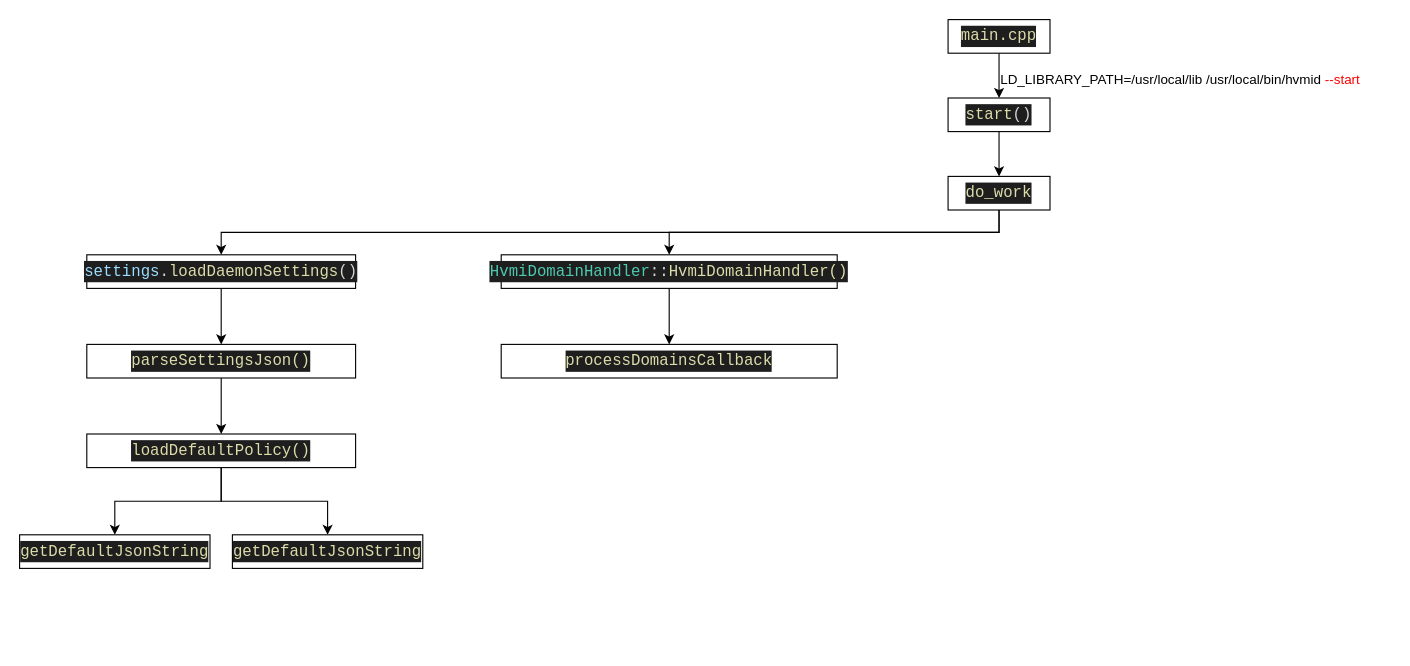
Earlier version of the draw.io diagram Untitled Diagram.drawio (Amber0130/Other). Source tidied: cells renumbered, new cells numbered last; positions are measured from the earlier drawing's top-left corner, leaving out a move shared by most shapes. Both pictures are drawn from the tidied source at 112%, with x=0, y=0 at pixel (19, 19).
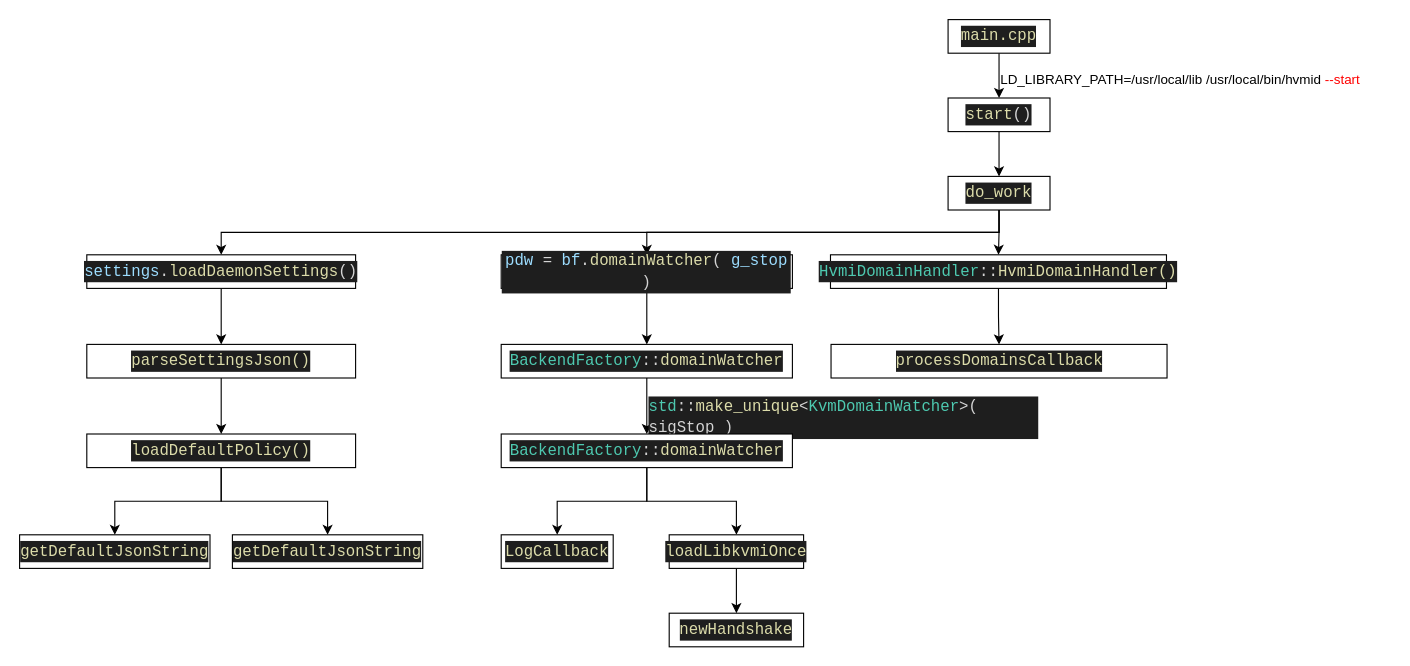
The same diagram, later.

Unchanged cells that the change refers to:
```xml
<mxCell id="9" value="&lt;div style=&quot;color: rgb(212 , 212 , 212) ; background-color: rgb(30 , 30 , 30) ; font-family: &amp;#34;consolas&amp;#34; , &amp;#34;courier new&amp;#34; , monospace ; font-size: 14px ; line-height: 19px&quot;&gt;&lt;div style=&quot;font-family: &amp;#34;consolas&amp;#34; , &amp;#34;courier new&amp;#34; , monospace ; line-height: 19px&quot;&gt;&lt;div style=&quot;font-family: &amp;#34;consolas&amp;#34; , &amp;#34;courier new&amp;#34; , monospace ; line-height: 19px&quot;&gt;&lt;span style=&quot;color: #dcdcaa&quot;&gt;do_work&lt;/span&gt;&lt;/div&gt;&lt;/div&gt;&lt;/div&gt;" style="rounded=0;whiteSpace=wrap;html=1;" parent="1" vertex="1">
  <mxGeometry x="829" y="140" width="91" height="30" as="geometry" />
</mxCell>
```

What changed in the source:
```diff
@@
+    <mxCell id="22" style="edgeStyle=orthogonalEdgeStyle;rounded=0;jettySize=auto;html=1;exitX=0.5;exitY=1;exitDx=0;exitDy=0;entryX=0.5;entryY=0;entryDx=0;entryDy=0;" parent="1" edge="1" source="9" target="24">
+      <mxGeometry relative="1" as="geometry" />
+    </mxCell>
@@
     <mxCell id="20" value="&lt;div style=&quot;color: rgb(212 , 212 , 212) ; background-color: rgb(30 , 30 , 30) ; font-family: &amp;#34;consolas&amp;#34; , &amp;#34;courier new&amp;#34; , monospace ; font-size: 14px ; line-height: 19px&quot;&gt;&lt;div style=&quot;font-family: &amp;#34;consolas&amp;#34; , &amp;#34;courier new&amp;#34; , monospace ; line-height: 19px&quot;&gt;&lt;div style=&quot;font-family: &amp;#34;consolas&amp;#34; , &amp;#34;courier new&amp;#34; , monospace ; line-height: 19px&quot;&gt;&lt;div style=&quot;font-family: &amp;#34;consolas&amp;#34; , &amp;#34;courier new&amp;#34; , monospace ; line-height: 19px&quot;&gt;&lt;span style=&quot;color: rgb(78 , 201 , 176)&quot;&gt;HvmiDomainHandler&lt;/span&gt;::&lt;span style=&quot;color: rgb(220 , 220 , 170)&quot;&gt;HvmiDomainHandler()&lt;/span&gt;&lt;br&gt;&lt;/div&gt;&lt;/div&gt;&lt;/div&gt;&lt;/div&gt;" style="rounded=0;whiteSpace=wrap;html=1;" parent="1" vertex="1">
-      <mxGeometry x="430" y="210" width="300" height="30" as="geometry" />
+      <mxGeometry x="724" y="210" width="300" height="30" as="geometry" />
     </mxCell>
     <mxCell id="21" value="&lt;div style=&quot;color: rgb(212 , 212 , 212) ; background-color: rgb(30 , 30 , 30) ; font-family: &amp;#34;consolas&amp;#34; , &amp;#34;courier new&amp;#34; , monospace ; font-size: 14px ; line-height: 19px&quot;&gt;&lt;div style=&quot;font-family: &amp;#34;consolas&amp;#34; , &amp;#34;courier new&amp;#34; , monospace ; line-height: 19px&quot;&gt;&lt;div style=&quot;font-family: &amp;#34;consolas&amp;#34; , &amp;#34;courier new&amp;#34; , monospace ; line-height: 19px&quot;&gt;&lt;div style=&quot;font-family: &amp;#34;consolas&amp;#34; , &amp;#34;courier new&amp;#34; , monospace ; line-height: 19px&quot;&gt;&lt;div style=&quot;font-family: &amp;#34;consolas&amp;#34; , &amp;#34;courier new&amp;#34; , monospace ; line-height: 19px&quot;&gt;&lt;span style=&quot;color: #dcdcaa&quot;&gt;processDomainsCallback&lt;/span&gt;&lt;/div&gt;&lt;/div&gt;&lt;/div&gt;&lt;/div&gt;&lt;/div&gt;" style="rounded=0;whiteSpace=wrap;html=1;" parent="1" vertex="1">
-      <mxGeometry x="430" y="290" width="300" height="30" as="geometry" />
+      <mxGeometry x="724.5" y="290" width="300" height="30" as="geometry" />
     </mxCell>
+    <mxCell id="23" style="edgeStyle=orthogonalEdgeStyle;rounded=0;jettySize=auto;html=1;exitX=0.5;exitY=1;exitDx=0;exitDy=0;" parent="1" edge="1" source="24" target="26">
+      <mxGeometry relative="1" as="geometry" />
+    </mxCell>
+    <mxCell id="24" value="&lt;div style=&quot;color: rgb(212 , 212 , 212) ; background-color: rgb(30 , 30 , 30) ; font-family: &amp;#34;consolas&amp;#34; , &amp;#34;courier new&amp;#34; , monospace ; font-size: 14px ; line-height: 19px&quot;&gt;&lt;div style=&quot;font-family: &amp;#34;consolas&amp;#34; , &amp;#34;courier new&amp;#34; , monospace ; line-height: 19px&quot;&gt;&lt;div style=&quot;font-family: &amp;#34;consolas&amp;#34; , &amp;#34;courier new&amp;#34; , monospace ; line-height: 19px&quot;&gt;&lt;div style=&quot;font-family: &amp;#34;consolas&amp;#34; , &amp;#34;courier new&amp;#34; , monospace ; line-height: 19px&quot;&gt;&lt;div style=&quot;font-family: &amp;#34;consolas&amp;#34; , &amp;#34;courier new&amp;#34; , monospace ; line-height: 19px&quot;&gt;&lt;span style=&quot;color: #9cdcfe&quot;&gt;pdw&lt;/span&gt; = &lt;span style=&quot;color: #9cdcfe&quot;&gt;bf&lt;/span&gt;.&lt;span style=&quot;color: #dcdcaa&quot;&gt;domainWatcher&lt;/span&gt;( &lt;span style=&quot;color: #9cdcfe&quot;&gt;g_stop&lt;/span&gt; )&lt;/div&gt;&lt;/div&gt;&lt;/div&gt;&lt;/div&gt;&lt;/div&gt;" style="rounded=0;whiteSpace=wrap;html=1;" parent="1" vertex="1">
+      <mxGeometry x="430" y="210" width="260" height="30" as="geometry" />
+    </mxCell>
+    <mxCell id="25" style="edgeStyle=orthogonalEdgeStyle;rounded=0;jettySize=auto;html=1;exitX=0.5;exitY=1;exitDx=0;exitDy=0;" parent="1" edge="1" source="26" target="30">
+      <mxGeometry relative="1" as="geometry" />
+    </mxCell>
+    <mxCell id="26" value="&lt;div style=&quot;color: rgb(212 , 212 , 212) ; background-color: rgb(30 , 30 , 30) ; font-family: &amp;#34;consolas&amp;#34; , &amp;#34;courier new&amp;#34; , monospace ; font-size: 14px ; line-height: 19px&quot;&gt;&lt;div style=&quot;font-family: &amp;#34;consolas&amp;#34; , &amp;#34;courier new&amp;#34; , monospace ; line-height: 19px&quot;&gt;&lt;div style=&quot;font-family: &amp;#34;consolas&amp;#34; , &amp;#34;courier new&amp;#34; , monospace ; line-height: 19px&quot;&gt;&lt;div style=&quot;font-family: &amp;#34;consolas&amp;#34; , &amp;#34;courier new&amp;#34; , monospace ; line-height: 19px&quot;&gt;&lt;div style=&quot;font-family: &amp;#34;consolas&amp;#34; , &amp;#34;courier new&amp;#34; , monospace ; line-height: 19px&quot;&gt;&lt;div style=&quot;font-family: &amp;#34;consolas&amp;#34; , &amp;#34;courier new&amp;#34; , monospace ; line-height: 19px&quot;&gt;&lt;span style=&quot;color: #4ec9b0&quot;&gt;BackendFactory&lt;/span&gt;::&lt;span style=&quot;color: #dcdcaa&quot;&gt;domainWatcher&lt;/span&gt;&lt;/div&gt;&lt;/div&gt;&lt;/div&gt;&lt;/div&gt;&lt;/div&gt;&lt;/div&gt;" style="rounded=0;whiteSpace=wrap;html=1;" parent="1" vertex="1">
+      <mxGeometry x="430" y="290" width="260" height="30" as="geometry" />
+    </mxCell>
+    <mxCell id="27" value="&lt;div style=&quot;color: rgb(212, 212, 212); background-color: rgb(30, 30, 30); font-family: consolas, &amp;quot;courier new&amp;quot;, monospace; font-weight: normal; font-size: 14px; line-height: 19px;&quot;&gt;&lt;div&gt;&lt;span style=&quot;color: #4ec9b0&quot;&gt;std&lt;/span&gt;&lt;span style=&quot;color: #d4d4d4&quot;&gt;::&lt;/span&gt;&lt;span style=&quot;color: #dcdcaa&quot;&gt;make_unique&lt;/span&gt;&lt;span style=&quot;color: #d4d4d4&quot;&gt;&amp;lt;&lt;/span&gt;&lt;span style=&quot;color: #4ec9b0&quot;&gt;KvmDomainWatcher&lt;/span&gt;&lt;span style=&quot;color: #d4d4d4&quot;&gt;&amp;gt;( sigStop )&lt;/span&gt;&lt;/div&gt;&lt;/div&gt;" style="text;whiteSpace=wrap;html=1;" parent="1" vertex="1">
+      <mxGeometry x="560" y="330" width="350" height="30" as="geometry" />
+    </mxCell>
+    <mxCell id="28" style="edgeStyle=orthogonalEdgeStyle;rounded=0;jettySize=auto;html=1;exitX=0.5;exitY=1;exitDx=0;exitDy=0;entryX=0.5;entryY=0;entryDx=0;entryDy=0;" parent="1" edge="1" source="30" target="31">
+      <mxGeometry relative="1" as="geometry" />
+    </mxCell>
+    <mxCell id="29" style="edgeStyle=orthogonalEdgeStyle;rounded=0;jettySize=auto;html=1;exitX=0.5;exitY=1;exitDx=0;exitDy=0;entryX=0.5;entryY=0;entryDx=0;entryDy=0;" parent="1" edge="1" source="30" target="33">
+      <mxGeometry relative="1" as="geometry" />
+    </mxCell>
+    <mxCell id="30" value="&lt;div style=&quot;color: rgb(212 , 212 , 212) ; background-color: rgb(30 , 30 , 30) ; font-family: &amp;#34;consolas&amp;#34; , &amp;#34;courier new&amp;#34; , monospace ; font-size: 14px ; line-height: 19px&quot;&gt;&lt;div style=&quot;font-family: &amp;#34;consolas&amp;#34; , &amp;#34;courier new&amp;#34; , monospace ; line-height: 19px&quot;&gt;&lt;div style=&quot;font-family: &amp;#34;consolas&amp;#34; , &amp;#34;courier new&amp;#34; , monospace ; line-height: 19px&quot;&gt;&lt;div style=&quot;font-family: &amp;#34;consolas&amp;#34; , &amp;#34;courier new&amp;#34; , monospace ; line-height: 19px&quot;&gt;&lt;div style=&quot;font-family: &amp;#34;consolas&amp;#34; , &amp;#34;courier new&amp;#34; , monospace ; line-height: 19px&quot;&gt;&lt;div style=&quot;font-family: &amp;#34;consolas&amp;#34; , &amp;#34;courier new&amp;#34; , monospace ; line-height: 19px&quot;&gt;&lt;span style=&quot;color: #4ec9b0&quot;&gt;BackendFactory&lt;/span&gt;::&lt;span style=&quot;color: #dcdcaa&quot;&gt;domainWatcher&lt;/span&gt;&lt;/div&gt;&lt;/div&gt;&lt;/div&gt;&lt;/div&gt;&lt;/div&gt;&lt;/div&gt;" style="rounded=0;whiteSpace=wrap;html=1;" parent="1" vertex="1">
+      <mxGeometry x="430" y="370" width="260" height="30" as="geometry" />
+    </mxCell>
+    <mxCell id="31" value="&lt;div style=&quot;color: rgb(212 , 212 , 212) ; background-color: rgb(30 , 30 , 30) ; font-family: &amp;#34;consolas&amp;#34; , &amp;#34;courier new&amp;#34; , monospace ; font-size: 14px ; line-height: 19px&quot;&gt;&lt;div style=&quot;font-family: &amp;#34;consolas&amp;#34; , &amp;#34;courier new&amp;#34; , monospace ; line-height: 19px&quot;&gt;&lt;div style=&quot;font-family: &amp;#34;consolas&amp;#34; , &amp;#34;courier new&amp;#34; , monospace ; line-height: 19px&quot;&gt;&lt;div style=&quot;font-family: &amp;#34;consolas&amp;#34; , &amp;#34;courier new&amp;#34; , monospace ; line-height: 19px&quot;&gt;&lt;div style=&quot;font-family: &amp;#34;consolas&amp;#34; , &amp;#34;courier new&amp;#34; , monospace ; line-height: 19px&quot;&gt;&lt;div style=&quot;font-family: &amp;#34;consolas&amp;#34; , &amp;#34;courier new&amp;#34; , monospace ; line-height: 19px&quot;&gt;&lt;div style=&quot;font-family: &amp;#34;consolas&amp;#34; , &amp;#34;courier new&amp;#34; , monospace ; line-height: 19px&quot;&gt;&lt;span style=&quot;color: #dcdcaa&quot;&gt;LogCallback&lt;/span&gt;&lt;/div&gt;&lt;/div&gt;&lt;/div&gt;&lt;/div&gt;&lt;/div&gt;&lt;/div&gt;&lt;/div&gt;" style="rounded=0;whiteSpace=wrap;html=1;" parent="1" vertex="1">
+      <mxGeometry x="430" y="460" width="100" height="30" as="geometry" />
+    </mxCell>
+    <mxCell id="32" style="edgeStyle=orthogonalEdgeStyle;rounded=0;jettySize=auto;html=1;exitX=0.5;exitY=1;exitDx=0;exitDy=0;" parent="1" edge="1" source="33" target="34">
+      <mxGeometry relative="1" as="geometry" />
+    </mxCell>
+    <mxCell id="33" value="&lt;div style=&quot;color: rgb(212 , 212 , 212) ; background-color: rgb(30 , 30 , 30) ; font-family: &amp;#34;consolas&amp;#34; , &amp;#34;courier new&amp;#34; , monospace ; font-size: 14px ; line-height: 19px&quot;&gt;&lt;div style=&quot;font-family: &amp;#34;consolas&amp;#34; , &amp;#34;courier new&amp;#34; , monospace ; line-height: 19px&quot;&gt;&lt;div style=&quot;font-family: &amp;#34;consolas&amp;#34; , &amp;#34;courier new&amp;#34; , monospace ; line-height: 19px&quot;&gt;&lt;div style=&quot;font-family: &amp;#34;consolas&amp;#34; , &amp;#34;courier new&amp;#34; , monospace ; line-height: 19px&quot;&gt;&lt;div style=&quot;font-family: &amp;#34;consolas&amp;#34; , &amp;#34;courier new&amp;#34; , monospace ; line-height: 19px&quot;&gt;&lt;div style=&quot;font-family: &amp;#34;consolas&amp;#34; , &amp;#34;courier new&amp;#34; , monospace ; line-height: 19px&quot;&gt;&lt;div style=&quot;font-family: &amp;#34;consolas&amp;#34; , &amp;#34;courier new&amp;#34; , monospace ; line-height: 19px&quot;&gt;&lt;div style=&quot;font-family: &amp;#34;consolas&amp;#34; , &amp;#34;courier new&amp;#34; , monospace ; line-height: 19px&quot;&gt;&lt;span style=&quot;color: #dcdcaa&quot;&gt;loadLibkvmiOnce&lt;/span&gt;&lt;/div&gt;&lt;/div&gt;&lt;/div&gt;&lt;/div&gt;&lt;/div&gt;&lt;/div&gt;&lt;/div&gt;&lt;/div&gt;" style="rounded=0;whiteSpace=wrap;html=1;" parent="1" vertex="1">
+      <mxGeometry x="580" y="460" width="120" height="30" as="geometry" />
+    </mxCell>
+    <mxCell id="34" value="&lt;div style=&quot;color: rgb(212 , 212 , 212) ; background-color: rgb(30 , 30 , 30) ; font-family: &amp;#34;consolas&amp;#34; , &amp;#34;courier new&amp;#34; , monospace ; font-size: 14px ; line-height: 19px&quot;&gt;&lt;div style=&quot;font-family: &amp;#34;consolas&amp;#34; , &amp;#34;courier new&amp;#34; , monospace ; line-height: 19px&quot;&gt;&lt;div style=&quot;font-family: &amp;#34;consolas&amp;#34; , &amp;#34;courier new&amp;#34; , monospace ; line-height: 19px&quot;&gt;&lt;div style=&quot;font-family: &amp;#34;consolas&amp;#34; , &amp;#34;courier new&amp;#34; , monospace ; line-height: 19px&quot;&gt;&lt;div style=&quot;font-family: &amp;#34;consolas&amp;#34; , &amp;#34;courier new&amp;#34; , monospace ; line-height: 19px&quot;&gt;&lt;div style=&quot;font-family: &amp;#34;consolas&amp;#34; , &amp;#34;courier new&amp;#34; , monospace ; line-height: 19px&quot;&gt;&lt;div style=&quot;font-family: &amp;#34;consolas&amp;#34; , &amp;#34;courier new&amp;#34; , monospace ; line-height: 19px&quot;&gt;&lt;div style=&quot;font-family: &amp;#34;consolas&amp;#34; , &amp;#34;courier new&amp;#34; , monospace ; line-height: 19px&quot;&gt;&lt;div style=&quot;font-family: &amp;#34;consolas&amp;#34; , &amp;#34;courier new&amp;#34; , monospace ; line-height: 19px&quot;&gt;&lt;span style=&quot;color: #dcdcaa&quot;&gt;newHandshake&lt;/span&gt;&lt;/div&gt;&lt;/div&gt;&lt;/div&gt;&lt;/div&gt;&lt;/div&gt;&lt;/div&gt;&lt;/div&gt;&lt;/div&gt;&lt;/div&gt;" style="rounded=0;whiteSpace=wrap;html=1;" parent="1" vertex="1">
+      <mxGeometry x="580" y="530" width="120" height="30" as="geometry" />
+    </mxCell>
```
